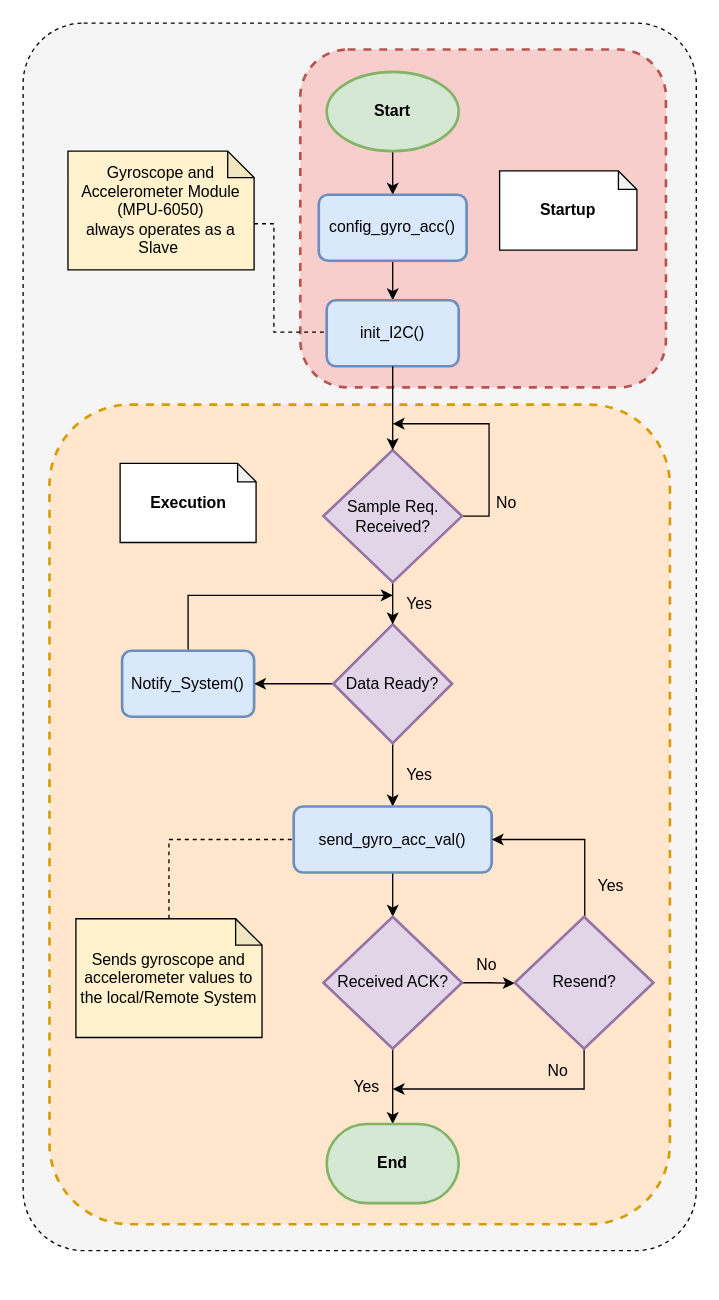
esrg-silent-howl/zephyrus keeps this draw.io diagram as page "Page-1" (1 of 2) of 3. Design/2. Software Specification/acc_gyro_flowchart.drawio. Above is the earlier version. Source tidied: cells renumbered, new cells numbered last; positions are measured from the earlier drawing's top-left corner, leaving out a move shared by most shapes. Both pictures are drawn from the tidied source at 132%, with x=0, y=0 at pixel (22, 22).
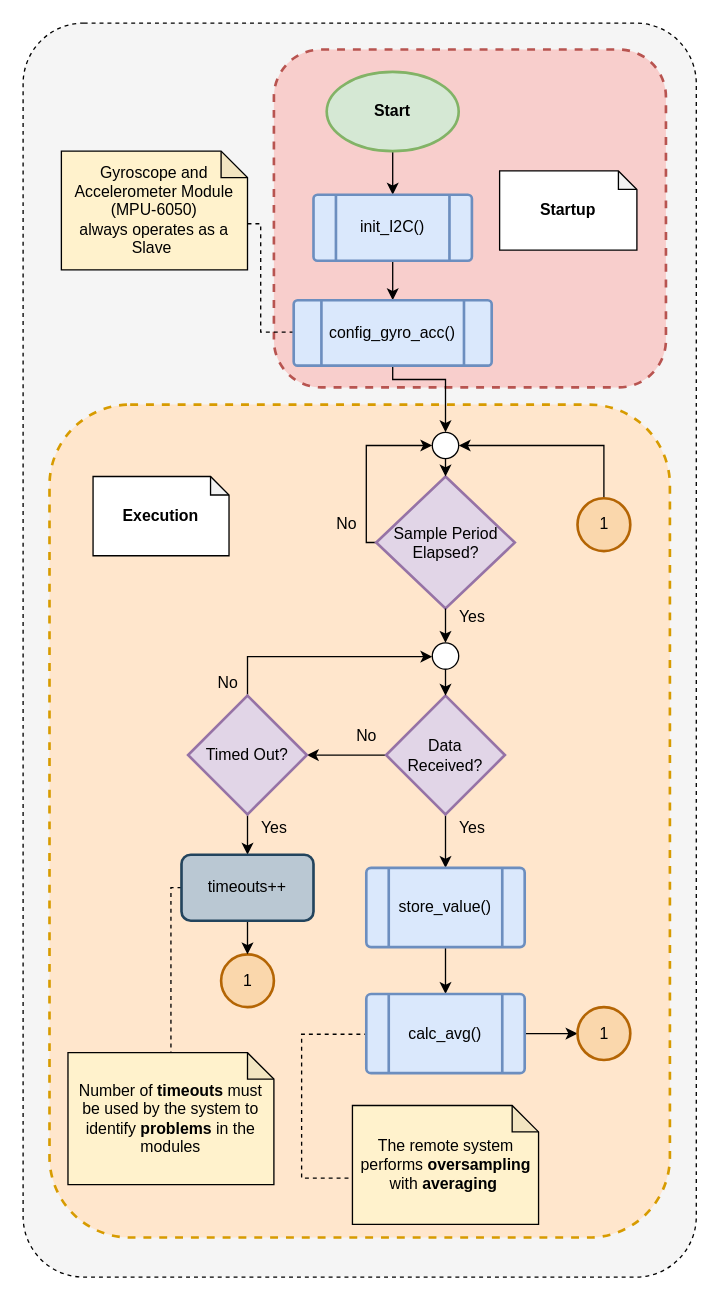
Above is the later version.

Commit message (it also covers changes not shown here):
UPDT: Finished gyroscope module's flowchart

The change refers to these unchanged cells:
```xml
<mxCell id="6" value="Start" style="strokeWidth=2;html=1;shape=mxgraph.flowchart.start_1;whiteSpace=wrap;fillColor=#d5e8d4;strokeColor=#82b366;fontStyle=1;" parent="1" vertex="1">
  <mxGeometry x="230" y="37" width="100" height="60" as="geometry" />
</mxCell>
```

Change to the diagram source:
```diff
@@
     <mxCell id="2" style="rounded=1;whiteSpace=wrap;html=1;dashed=1;fillColor=#f5f5f5;strokeColor=#000000;fontColor=#333333;arcSize=9;" parent="1" vertex="1">
-      <mxGeometry width="510" height="930" as="geometry" />
+      <mxGeometry width="510" height="950" as="geometry" />
     </mxCell>
     <mxCell id="3" style="rounded=1;whiteSpace=wrap;html=1;dashed=1;fillColor=#ffe6cc;strokeColor=#d79b00;arcSize=13;strokeWidth=2;" parent="1" vertex="1">
-      <mxGeometry x="20" y="289" width="470" height="621" as="geometry" />
+      <mxGeometry x="20" y="289" width="470" height="631" as="geometry" />
     </mxCell>
     <mxCell id="4" style="rounded=1;whiteSpace=wrap;html=1;dashed=1;fillColor=#f8cecc;strokeColor=#b85450;arcSize=14;strokeWidth=2;" parent="1" vertex="1">
-      <mxGeometry x="210" y="20" width="277" height="256" as="geometry" />
+      <mxGeometry x="190" y="20" width="297" height="256" as="geometry" />
     </mxCell>
-    <mxCell id="5" style="edgeStyle=orthogonalEdgeStyle;rounded=0;jettySize=auto;html=1;exitX=0.5;exitY=1;exitDx=0;exitDy=0;exitPerimeter=0;" parent="1" edge="1" source="6" target="35">
-      <mxGeometry relative="1" as="geometry" />
+    <mxCell id="5" style="edgeStyle=orthogonalEdgeStyle;rounded=0;jettySize=auto;html=1;exitX=0.5;exitY=1;exitDx=0;exitDy=0;exitPerimeter=0;" parent="1" edge="1" source="6">
+      <mxGeometry relative="1" as="geometry">
+        <mxPoint x="280" y="130" as="targetPoint" />
+      </mxGeometry>
     </mxCell>
@@
-    <mxCell id="7" style="edgeStyle=orthogonalEdgeStyle;rounded=0;jettySize=auto;html=1;exitX=0;exitY=0;exitDx=141;exitDy=55;exitPerimeter=0;dashed=1;endArrow=none;endFill=0;entryX=-0.003;entryY=0.482;entryDx=0;entryDy=0;entryPerimeter=0;" parent="1" edge="1" source="8" target="36">
+    <mxCell id="7" style="edgeStyle=orthogonalEdgeStyle;rounded=0;jettySize=auto;html=1;exitX=0;exitY=0;exitDx=141;exitDy=55;exitPerimeter=0;dashed=1;endArrow=none;endFill=0;entryX=-0.003;entryY=0.482;entryDx=0;entryDy=0;entryPerimeter=0;" parent="1" edge="1" source="8">
       <mxGeometry relative="1" as="geometry">
+        <mxPoint x="219.6" y="234.1" as="targetPoint" />
         <Array as="points">
-          <mxPoint x="190" y="152" />
-          <mxPoint x="190" y="234" />
+          <mxPoint x="180" y="152" />
+          <mxPoint x="180" y="234" />
         </Array>
       </mxGeometry>
     </mxCell>
     <mxCell id="8" value="Gyroscope and Accelerometer Module (MPU-6050)&lt;br style=&quot;white-space: normal&quot;&gt;&lt;span style=&quot;white-space: normal&quot;&gt;always operates as a Slave&amp;nbsp;&lt;/span&gt;" style="shape=note;whiteSpace=wrap;html=1;backgroundOutline=1;darkOpacity=0.05;size=20;fillColor=#fff2cc;strokeColor=#000000;" parent="1" vertex="1">
-      <mxGeometry x="34" y="97" width="141" height="90" as="geometry" />
+      <mxGeometry x="29" y="97" width="141" height="90" as="geometry" />
     </mxCell>
-    <mxCell id="9" style="edgeStyle=orthogonalEdgeStyle;rounded=0;jettySize=auto;html=1;exitX=0.5;exitY=0;exitDx=0;exitDy=0;" parent="1" edge="1" source="10">
-      <mxGeometry relative="1" as="geometry">
-        <mxPoint x="280" y="433.5" as="targetPoint" />
-        <Array as="points">
-          <mxPoint x="125" y="433.5" />
-        </Array>
-      </mxGeometry>
-    </mxCell>
-    <mxCell id="10" value="Notify_System()" style="rounded=1;whiteSpace=wrap;html=1;absoluteArcSize=1;arcSize=14;strokeWidth=2;fillColor=#dae8fc;strokeColor=#6c8ebf;" parent="1" vertex="1">
-      <mxGeometry x="75" y="475.5" width="100" height="50" as="geometry" />
-    </mxCell>
-    <mxCell id="11" style="edgeStyle=orthogonalEdgeStyle;rounded=0;jettySize=auto;html=1;exitX=0.5;exitY=1;exitDx=0;exitDy=0;exitPerimeter=0;entryX=0.5;entryY=0;entryDx=0;entryDy=0;" parent="1" edge="1" source="13" target="15">
+    <mxCell id="11" style="edgeStyle=orthogonalEdgeStyle;rounded=0;jettySize=auto;html=1;exitX=0.5;exitY=1;exitDx=0;exitDy=0;exitPerimeter=0;" parent="1" edge="1" source="13" target="47">
       <mxGeometry relative="1" as="geometry" />
     </mxCell>
-    <mxCell id="12" style="edgeStyle=orthogonalEdgeStyle;rounded=0;jettySize=auto;html=1;exitX=0;exitY=0.5;exitDx=0;exitDy=0;exitPerimeter=0;" parent="1" edge="1" source="13" target="10">
-      <mxGeometry relative="1" as="geometry" />
+    <mxCell id="12" style="edgeStyle=orthogonalEdgeStyle;rounded=0;jettySize=auto;html=1;exitX=0;exitY=0.5;exitDx=0;exitDy=0;exitPerimeter=0;" parent="1" edge="1" source="13" target="52">
+      <mxGeometry relative="1" as="geometry">
+        <Array as="points">
+          <mxPoint x="255" y="555" />
+          <mxPoint x="170" y="555" />
+        </Array>
+      </mxGeometry>
     </mxCell>
-    <mxCell id="13" value="Data Ready?" style="strokeWidth=2;html=1;shape=mxgraph.flowchart.decision;whiteSpace=wrap;fillColor=#e1d5e7;strokeColor=#9673a6;" parent="1" vertex="1">
-      <mxGeometry x="235" y="455.5" width="90" height="90" as="geometry" />
+    <mxCell id="13" value="Data&lt;br&gt;Received?" style="strokeWidth=2;html=1;shape=mxgraph.flowchart.decision;whiteSpace=wrap;fillColor=#e1d5e7;strokeColor=#9673a6;" parent="1" vertex="1">
+      <mxGeometry x="275" y="509.5" width="90" height="90" as="geometry" />
     </mxCell>
-    <mxCell id="14" style="edgeStyle=orthogonalEdgeStyle;rounded=0;jettySize=auto;html=1;exitX=0.5;exitY=1;exitDx=0;exitDy=0;entryX=0.5;entryY=0;entryDx=0;entryDy=0;entryPerimeter=0;" parent="1" edge="1" source="15" target="20">
-      <mxGeometry relative="1" as="geometry">
-        <Array as="points">
-          <mxPoint x="280" y="663.5" />
-          <mxPoint x="280" y="663.5" />
-        </Array>
-      </mxGeometry>
-    </mxCell>
-    <mxCell id="15" value="send_gyro_acc_val()" style="rounded=1;whiteSpace=wrap;html=1;absoluteArcSize=1;arcSize=14;strokeWidth=2;fillColor=#dae8fc;strokeColor=#6c8ebf;" parent="1" vertex="1">
-      <mxGeometry x="205" y="593.5" width="150" height="50" as="geometry" />
-    </mxCell>
     <mxCell id="16" value="Yes" style="text;html=1;align=center;verticalAlign=middle;" parent="1" vertex="1">
-      <mxGeometry x="280" y="429.5" width="40" height="20" as="geometry" />
+      <mxGeometry x="320" y="439.5" width="40" height="20" as="geometry" />
     </mxCell>
     <mxCell id="17" value="Yes" style="text;html=1;align=center;verticalAlign=middle;" parent="1" vertex="1">
-      <mxGeometry x="280" y="559.5" width="40" height="20" as="geometry" />
+      <mxGeometry x="320" y="599.5" width="40" height="20" as="geometry" />
     </mxCell>
-    <mxCell id="18" style="edgeStyle=orthogonalEdgeStyle;rounded=0;jettySize=auto;html=1;exitX=0.5;exitY=1;exitDx=0;exitDy=0;exitPerimeter=0;entryX=0.5;entryY=0;entryDx=0;entryDy=0;entryPerimeter=0;" parent="1" edge="1" source="20" target="21">
-      <mxGeometry relative="1" as="geometry" />
-    </mxCell>
-    <mxCell id="19" style="edgeStyle=orthogonalEdgeStyle;rounded=0;jettySize=auto;html=1;exitX=1;exitY=0.5;exitDx=0;exitDy=0;exitPerimeter=0;" parent="1" edge="1" source="20">
-      <mxGeometry relative="1" as="geometry">
-        <mxPoint x="372.5" y="727.4" as="targetPoint" />
-      </mxGeometry>
-    </mxCell>
-    <mxCell id="20" value="Received ACK?" style="strokeWidth=2;html=1;shape=mxgraph.flowchart.decision;whiteSpace=wrap;fillColor=#e1d5e7;strokeColor=#9673a6;" parent="1" vertex="1">
-      <mxGeometry x="227.5" y="677" width="105" height="100" as="geometry" />
-    </mxCell>
-    <mxCell id="21" value="End" style="strokeWidth=2;html=1;shape=mxgraph.flowchart.terminator;whiteSpace=wrap;fillColor=#d5e8d4;strokeColor=#82b366;fontStyle=1;" parent="1" vertex="1">
-      <mxGeometry x="230" y="834" width="100" height="60" as="geometry" />
-    </mxCell>
-    <mxCell id="22" value="Yes" style="text;html=1;align=center;verticalAlign=middle;" parent="1" vertex="1">
-      <mxGeometry x="240" y="795.5" width="40" height="20" as="geometry" />
-    </mxCell>
-    <mxCell id="23" style="edgeStyle=orthogonalEdgeStyle;rounded=0;jettySize=auto;html=1;exitX=0.5;exitY=1;exitDx=0;exitDy=0;exitPerimeter=0;" parent="1" edge="1" source="25">
-      <mxGeometry relative="1" as="geometry">
-        <mxPoint x="280" y="807.5" as="targetPoint" />
-        <Array as="points">
-          <mxPoint x="425" y="807.5" />
-        </Array>
-      </mxGeometry>
-    </mxCell>
-    <mxCell id="24" style="edgeStyle=orthogonalEdgeStyle;rounded=0;jettySize=auto;html=1;exitX=0.5;exitY=0;exitDx=0;exitDy=0;exitPerimeter=0;entryX=1;entryY=0.5;entryDx=0;entryDy=0;" parent="1" edge="1" target="15">
-      <mxGeometry relative="1" as="geometry">
-        <mxPoint x="425.5" y="677.4" as="sourcePoint" />
-        <Array as="points">
-          <mxPoint x="426" y="618.5" />
-        </Array>
-      </mxGeometry>
-    </mxCell>
-    <mxCell id="25" value="Resend?" style="strokeWidth=2;html=1;shape=mxgraph.flowchart.decision;whiteSpace=wrap;fillColor=#e1d5e7;strokeColor=#9673a6;" parent="1" vertex="1">
-      <mxGeometry x="372.5" y="677" width="105" height="100" as="geometry" />
-    </mxCell>
-    <mxCell id="26" value="Yes" style="text;html=1;align=center;verticalAlign=middle;" parent="1" vertex="1">
-      <mxGeometry x="425" y="643.5" width="40" height="20" as="geometry" />
-    </mxCell>
-    <mxCell id="27" value="No" style="text;html=1;align=center;verticalAlign=middle;" parent="1" vertex="1">
-      <mxGeometry x="390" y="783.5" width="30" height="20" as="geometry" />
-    </mxCell>
-    <mxCell id="28" style="edgeStyle=orthogonalEdgeStyle;rounded=0;jettySize=auto;html=1;exitX=0.5;exitY=0;exitDx=0;exitDy=0;exitPerimeter=0;entryX=0;entryY=0.5;entryDx=0;entryDy=0;endArrow=none;endFill=0;dashed=1;" parent="1" edge="1" source="39" target="15">
-      <mxGeometry relative="1" as="geometry" />
-    </mxCell>
-    <mxCell id="29" style="edgeStyle=orthogonalEdgeStyle;rounded=0;jettySize=auto;html=1;exitX=1;exitY=0.5;exitDx=0;exitDy=0;exitPerimeter=0;" parent="1" edge="1" source="31">
+    <mxCell id="29" style="edgeStyle=orthogonalEdgeStyle;rounded=0;jettySize=auto;html=1;exitX=1;exitY=0.5;exitDx=0;exitDy=0;exitPerimeter=0;" parent="1" edge="1" source="31" target="45">
       <mxGeometry relative="1" as="geometry">
-        <mxPoint x="280" y="303.5" as="targetPoint" />
         <Array as="points">
-          <mxPoint x="353" y="373.5" />
-          <mxPoint x="353" y="303.5" />
+          <mxPoint x="260" y="394" />
+          <mxPoint x="260" y="320" />
         </Array>
       </mxGeometry>
     </mxCell>
-    <mxCell id="30" style="edgeStyle=orthogonalEdgeStyle;rounded=0;jettySize=auto;html=1;exitX=0.5;exitY=1;exitDx=0;exitDy=0;exitPerimeter=0;entryX=0.5;entryY=0;entryDx=0;entryDy=0;entryPerimeter=0;" parent="1" edge="1" source="31" target="13">
+    <mxCell id="30" style="edgeStyle=orthogonalEdgeStyle;rounded=0;jettySize=auto;html=1;exitX=0.5;exitY=1;exitDx=0;exitDy=0;exitPerimeter=0;entryX=0.5;entryY=0;entryDx=0;entryDy=0;entryPerimeter=0;" parent="1" edge="1" source="43" target="13">
       <mxGeometry relative="1" as="geometry" />
     </mxCell>
-    <mxCell id="31" value="Sample Req.&lt;br&gt;Received?" style="strokeWidth=2;html=1;shape=mxgraph.flowchart.decision;whiteSpace=wrap;fillColor=#e1d5e7;strokeColor=#9673a6;" parent="1" vertex="1">
-      <mxGeometry x="227.5" y="323.5" width="105" height="100" as="geometry" />
+    <mxCell id="31" value="Sample Period&lt;br&gt;Elapsed?" style="strokeWidth=2;html=1;shape=mxgraph.flowchart.decision;whiteSpace=wrap;fillColor=#e1d5e7;strokeColor=#9673a6;" parent="1" vertex="1">
+      <mxGeometry x="267.5" y="343.5" width="105" height="100" as="geometry" />
     </mxCell>
     <mxCell id="32" value="No" style="text;html=1;align=center;verticalAlign=middle;" parent="1" vertex="1">
-      <mxGeometry x="351" y="353.5" width="30" height="20" as="geometry" />
+      <mxGeometry x="230" y="370" width="30" height="20" as="geometry" />
     </mxCell>
-    <mxCell id="33" value="No" style="text;html=1;align=center;verticalAlign=middle;" parent="1" vertex="1">
-      <mxGeometry x="336" y="703.5" width="30" height="20" as="geometry" />
-    </mxCell>
-    <mxCell id="34" style="edgeStyle=orthogonalEdgeStyle;rounded=0;jettySize=auto;html=1;exitX=0.5;exitY=1;exitDx=0;exitDy=0;entryX=0.5;entryY=0;entryDx=0;entryDy=0;" parent="1" edge="1" source="35" target="36">
-      <mxGeometry relative="1" as="geometry" />
+    <mxCell id="34" style="edgeStyle=orthogonalEdgeStyle;rounded=0;orthogonalLoop=1;jettySize=auto;html=1;exitX=0.5;exitY=1;exitDx=0;exitDy=0;entryX=0.5;entryY=0;entryDx=0;entryDy=0;" parent="1" edge="1">
+      <mxGeometry relative="1" as="geometry">
+        <mxPoint x="280" y="180" as="sourcePoint" />
+        <mxPoint x="280" y="210" as="targetPoint" />
+      </mxGeometry>
     </mxCell>
+    <mxCell id="37" value="Startup" style="shape=note;whiteSpace=wrap;html=1;backgroundOutline=1;darkOpacity=0.05;size=14;fontStyle=1;" parent="1" vertex="1">
+      <mxGeometry x="361" y="112" width="104" height="60" as="geometry" />
+    </mxCell>
+    <mxCell id="38" style="edgeStyle=orthogonalEdgeStyle;rounded=0;jettySize=auto;html=1;exitX=0.5;exitY=1;exitDx=0;exitDy=0;entryX=0.5;entryY=0;entryDx=0;entryDy=0;entryPerimeter=0;" parent="1" edge="1" source="45" target="31">
+      <mxGeometry relative="1" as="geometry">
+        <Array as="points">
+          <mxPoint x="320" y="340" />
+          <mxPoint x="320" y="340" />
+        </Array>
+      </mxGeometry>
+    </mxCell>
+    <mxCell id="41" style="edgeStyle=orthogonalEdgeStyle;rounded=0;jettySize=auto;html=1;dashed=1;endArrow=none;endFill=0;exitX=0;exitY=0;exitDx=141;exitDy=55;exitPerimeter=0;" parent="1" edge="1" source="39" target="49">
+      <mxGeometry relative="1" as="geometry">
+        <Array as="points">
+          <mxPoint x="211" y="766" />
+        </Array>
+      </mxGeometry>
+    </mxCell>
+    <mxCell id="39" value="The remote system performs &lt;b&gt;oversampling &lt;/b&gt;with &lt;b&gt;averaging&amp;nbsp;&lt;/b&gt;" style="shape=note;html=1;backgroundOutline=1;darkOpacity=0.05;size=20;fillColor=#fff2cc;strokeColor=#000000;whiteSpace=wrap;" parent="1" vertex="1">
+      <mxGeometry x="249.5" y="820" width="141" height="90" as="geometry" />
+    </mxCell>
+    <mxCell id="40" value="Execution" style="shape=note;whiteSpace=wrap;html=1;backgroundOutline=1;darkOpacity=0.05;size=14;fontStyle=1;" parent="1" vertex="1">
+      <mxGeometry x="53" y="343.5" width="103" height="60" as="geometry" />
+    </mxCell>
+    <mxCell id="42" value="No" style="text;html=1;align=center;verticalAlign=middle;" parent="1" vertex="1">
+      <mxGeometry x="245" y="530" width="30" height="20" as="geometry" />
+    </mxCell>
+    <mxCell id="43" style="ellipse;whiteSpace=wrap;html=1;" parent="1" vertex="1">
+      <mxGeometry x="310" y="469.5" width="20" height="20" as="geometry" />
+    </mxCell>
+    <mxCell id="44" style="edgeStyle=orthogonalEdgeStyle;rounded=0;jettySize=auto;html=1;exitX=0.5;exitY=1;exitDx=0;exitDy=0;exitPerimeter=0;entryX=0.5;entryY=0;entryDx=0;entryDy=0;entryPerimeter=0;" parent="1" edge="1" source="31" target="43">
+      <mxGeometry relative="1" as="geometry" />
+    </mxCell>
+    <mxCell id="45" style="ellipse;whiteSpace=wrap;html=1;" parent="1" vertex="1">
+      <mxGeometry x="310" y="310" width="20" height="20" as="geometry" />
+    </mxCell>
+    <mxCell id="46" style="edgeStyle=orthogonalEdgeStyle;rounded=0;jettySize=auto;html=1;" parent="1" edge="1" source="47" target="49">
+      <mxGeometry relative="1" as="geometry" />
+    </mxCell>
+    <mxCell id="47" value="store_value()" style="verticalLabelPosition=middle;verticalAlign=middle;html=1;shape=process;whiteSpace=wrap;rounded=1;size=0.14;arcSize=6;spacing=2;align=center;labelPosition=center;fillColor=#dae8fc;strokeColor=#6c8ebf;strokeWidth=2;" parent="1" vertex="1">
+      <mxGeometry x="260" y="640" width="120" height="60" as="geometry" />
+    </mxCell>
+    <mxCell id="48" style="edgeStyle=orthogonalEdgeStyle;rounded=0;jettySize=auto;html=1;entryX=0;entryY=0.5;entryDx=0;entryDy=0;entryPerimeter=0;endArrow=classic;endFill=1;" parent="1" edge="1" source="49" target="57">
+      <mxGeometry relative="1" as="geometry" />
+    </mxCell>
+    <mxCell id="49" value="calc_avg()" style="verticalLabelPosition=middle;verticalAlign=middle;html=1;shape=process;whiteSpace=wrap;rounded=1;size=0.14;arcSize=6;spacing=2;align=center;labelPosition=center;fillColor=#dae8fc;strokeColor=#6c8ebf;strokeWidth=2;" parent="1" vertex="1">
+      <mxGeometry x="260" y="735.5" width="120" height="60" as="geometry" />
+    </mxCell>
+    <mxCell id="50" style="edgeStyle=orthogonalEdgeStyle;rounded=0;jettySize=auto;html=1;endArrow=classic;endFill=1;" parent="1" edge="1" source="52" target="43">
+      <mxGeometry relative="1" as="geometry">
+        <Array as="points">
+          <mxPoint x="170" y="480" />
+        </Array>
+      </mxGeometry>
+    </mxCell>
+    <mxCell id="51" style="edgeStyle=orthogonalEdgeStyle;rounded=0;jettySize=auto;html=1;endArrow=classic;endFill=1;entryX=0.5;entryY=0;entryDx=0;entryDy=0;entryPerimeter=0;" parent="1" edge="1" source="52">
+      <mxGeometry relative="1" as="geometry">
+        <mxPoint x="170" y="630" as="targetPoint" />
+        <Array as="points">
+          <mxPoint x="170" y="610" />
+          <mxPoint x="170" y="610" />
+        </Array>
+      </mxGeometry>
+    </mxCell>
+    <mxCell id="52" value="Timed Out?" style="strokeWidth=2;html=1;shape=mxgraph.flowchart.decision;whiteSpace=wrap;fillColor=#e1d5e7;strokeColor=#9673a6;" parent="1" vertex="1">
+      <mxGeometry x="125" y="509.5" width="90" height="90" as="geometry" />
+    </mxCell>
+    <mxCell id="53" value="No" style="text;html=1;align=center;verticalAlign=middle;" parent="1" vertex="1">
+      <mxGeometry x="140" y="489.5" width="30" height="20" as="geometry" />
+    </mxCell>
+    <mxCell id="54" value="Yes" style="text;html=1;align=center;verticalAlign=middle;" parent="1" vertex="1">
+      <mxGeometry x="170" y="599.5" width="40" height="20" as="geometry" />
+    </mxCell>
+    <mxCell id="55" style="edgeStyle=orthogonalEdgeStyle;rounded=0;jettySize=auto;html=1;endArrow=classic;endFill=1;" parent="1" edge="1" source="56" target="45">
+      <mxGeometry relative="1" as="geometry">
+        <Array as="points">
+          <mxPoint x="440" y="320" />
+        </Array>
+      </mxGeometry>
+    </mxCell>
+    <mxCell id="56" value="1" style="verticalLabelPosition=middle;verticalAlign=middle;html=1;shape=mxgraph.flowchart.on-page_reference;strokeWidth=2;align=center;labelPosition=center;fillColor=#fad7ac;strokeColor=#b46504;" parent="1" vertex="1">
+      <mxGeometry x="420" y="360" width="40" height="40" as="geometry" />
+    </mxCell>
+    <mxCell id="57" value="1" style="verticalLabelPosition=middle;verticalAlign=middle;html=1;shape=mxgraph.flowchart.on-page_reference;strokeWidth=2;align=center;labelPosition=center;fillColor=#fad7ac;strokeColor=#b46504;" parent="1" vertex="1">
+      <mxGeometry x="420" y="745.5" width="40" height="40" as="geometry" />
+    </mxCell>
+    <mxCell id="58" style="edgeStyle=orthogonalEdgeStyle;rounded=0;jettySize=auto;html=1;exitX=0.5;exitY=1;exitDx=0;exitDy=0;" parent="1" edge="1" target="45">
+      <mxGeometry relative="1" as="geometry">
+        <mxPoint x="280" y="260" as="sourcePoint" />
+        <Array as="points">
+          <mxPoint x="280" y="270" />
+          <mxPoint x="320" y="270" />
+        </Array>
+      </mxGeometry>
+    </mxCell>
+    <mxCell id="59" value="1" style="verticalLabelPosition=middle;verticalAlign=middle;html=1;shape=mxgraph.flowchart.on-page_reference;strokeWidth=2;align=center;labelPosition=center;fillColor=#fad7ac;strokeColor=#b46504;" parent="1" vertex="1">
+      <mxGeometry x="150" y="705.5" width="40" height="40" as="geometry" />
+    </mxCell>
+    <mxCell id="60" style="edgeStyle=orthogonalEdgeStyle;rounded=0;jettySize=auto;html=1;endArrow=classic;endFill=1;" parent="1" edge="1" source="62" target="59">
+      <mxGeometry relative="1" as="geometry" />
+    </mxCell>
+    <mxCell id="61" style="edgeStyle=orthogonalEdgeStyle;rounded=0;jettySize=auto;html=1;endArrow=none;endFill=0;dashed=1;" parent="1" edge="1" source="62" target="63">
+      <mxGeometry relative="1" as="geometry">
+        <Array as="points">
+          <mxPoint x="112" y="655" />
+        </Array>
+      </mxGeometry>
+    </mxCell>
+    <mxCell id="62" value="timeouts++" style="rounded=1;whiteSpace=wrap;html=1;absoluteArcSize=1;arcSize=14;strokeWidth=2;fillColor=#bac8d3;strokeColor=#23445d;" parent="1" vertex="1">
+      <mxGeometry x="120" y="630" width="100" height="50" as="geometry" />
+    </mxCell>
-    <mxCell id="35" value="config_gyro_acc()" style="rounded=1;whiteSpace=wrap;html=1;absoluteArcSize=1;arcSize=14;strokeWidth=2;fillColor=#dae8fc;strokeColor=#6c8ebf;" parent="1" vertex="1">
-      <mxGeometry x="224" y="130" width="112" height="50" as="geometry" />
+    <mxCell id="35" value="config_gyro_acc()" style="verticalLabelPosition=middle;verticalAlign=middle;html=1;shape=process;whiteSpace=wrap;rounded=1;size=0.14;arcSize=6;spacing=2;align=center;labelPosition=center;fillColor=#dae8fc;strokeColor=#6c8ebf;strokeWidth=2;" parent="1" vertex="1">
+      <mxGeometry x="205" y="210" width="150" height="49.5" as="geometry" />
     </mxCell>
-    <mxCell id="36" value="init_I2C()" style="rounded=1;whiteSpace=wrap;html=1;absoluteArcSize=1;arcSize=14;strokeWidth=2;fillColor=#dae8fc;strokeColor=#6c8ebf;" parent="1" vertex="1">
-      <mxGeometry x="230" y="210" width="100" height="50" as="geometry" />
+    <mxCell id="36" value="init_I2C()" style="verticalLabelPosition=middle;verticalAlign=middle;html=1;shape=process;whiteSpace=wrap;rounded=1;size=0.14;arcSize=6;spacing=2;align=center;labelPosition=center;fillColor=#dae8fc;strokeColor=#6c8ebf;strokeWidth=2;" parent="1" vertex="1">
+      <mxGeometry x="220" y="130" width="120" height="50" as="geometry" />
     </mxCell>
-    <mxCell id="37" value="Startup" style="shape=note;whiteSpace=wrap;html=1;backgroundOutline=1;darkOpacity=0.05;size=14;fontStyle=1;" parent="1" vertex="1">
-      <mxGeometry x="361" y="112" width="104" height="60" as="geometry" />
-    </mxCell>
-    <mxCell id="38" style="edgeStyle=orthogonalEdgeStyle;rounded=0;jettySize=auto;html=1;exitX=0.5;exitY=1;exitDx=0;exitDy=0;" parent="1" edge="1" source="36" target="31">
-      <mxGeometry relative="1" as="geometry" />
-    </mxCell>
-    <mxCell id="39" value="Sends gyroscope and accelerometer values to the local/Remote System" style="shape=note;html=1;backgroundOutline=1;darkOpacity=0.05;size=20;fillColor=#fff2cc;strokeColor=#000000;whiteSpace=wrap;" parent="1" vertex="1">
-      <mxGeometry x="40" y="678.5" width="141" height="90" as="geometry" />
-    </mxCell>
-    <mxCell id="40" value="Execution" style="shape=note;whiteSpace=wrap;html=1;backgroundOutline=1;darkOpacity=0.05;size=14;fontStyle=1;" parent="1" vertex="1">
-      <mxGeometry x="73.5" y="333.5" width="103" height="60" as="geometry" />
-    </mxCell>
+    <mxCell id="63" value="Number of &lt;b&gt;timeouts &lt;/b&gt;must be used by the system to identify &lt;b&gt;problems &lt;/b&gt;in the modules" style="shape=note;html=1;backgroundOutline=1;darkOpacity=0.05;size=20;fillColor=#fff2cc;strokeColor=#000000;whiteSpace=wrap;" parent="1" vertex="1">
+      <mxGeometry x="34" y="780" width="156" height="100" as="geometry" />
+    </mxCell>
```
